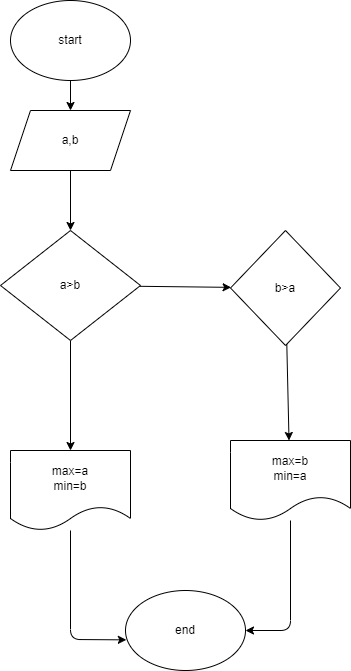
Above: Ex003/1.drawio.png in Mari745/Qwerty1 (draw.io), before the change. Source tidied: cells renumbered, new cells last; positions are measured from the earlier drawing's top-left corner, leaving out a move shared by most shapes.
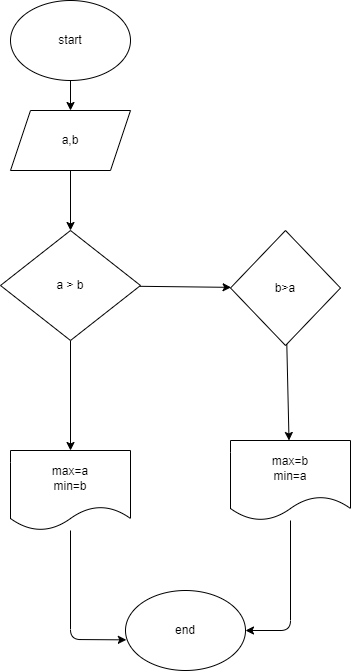
After the change.

Commit message:
Добавлена задача 1 описание к ней и блок-схема Ex003

Diff of the diagram source:
```diff
@@ -22,7 +22,7 @@
     <mxCell id="7" style="edgeStyle=none;html=1;" parent="1" edge="1" source="8" target="10">
       <mxGeometry relative="1" as="geometry" />
     </mxCell>
-    <mxCell id="8" value="a&amp;gt;b" style="rhombus;whiteSpace=wrap;html=1;" parent="1" vertex="1">
+    <mxCell id="8" value="a &amp;gt; b" style="rhombus;whiteSpace=wrap;html=1;" parent="1" vertex="1">
       <mxGeometry y="230" width="140" height="110" as="geometry" />
     </mxCell>
     <mxCell id="9" style="edgeStyle=none;html=1;" parent="1" edge="1" source="10">
```
